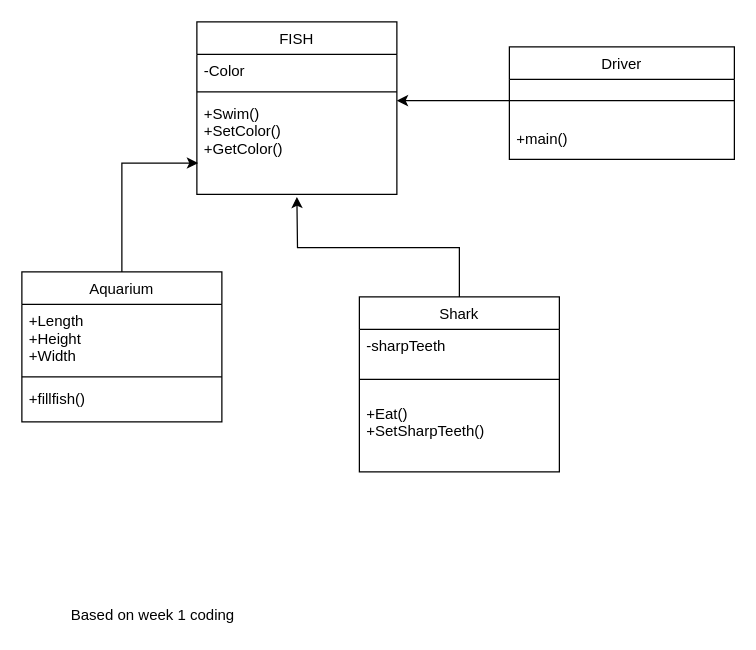
The draw.io diagram Exercise1ClassDiagram.drawio in TanCheeHon/Week2ClassDiagram, before the edit. Source tidied: cells renumbered, new cells numbered last; positions are measured from the earlier drawing's top-left corner, leaving out a move shared by most shapes. Both pictures are drawn from the tidied source at 125%, with x=0, y=0 at pixel (21, 21).
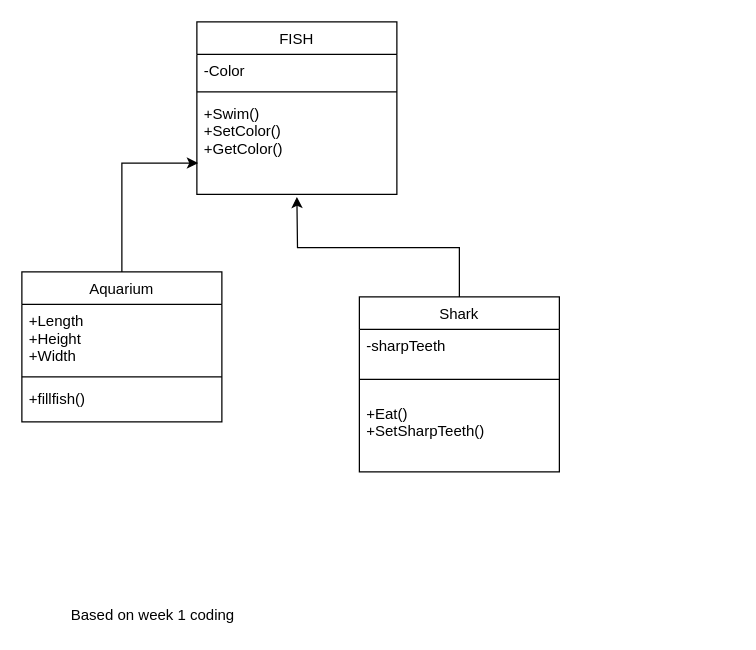
Above is the later version.

The change refers to these unchanged cells:
```xml
<mxCell id="5" value="+Swim()&#10;+SetColor()&#10;+GetColor()" style="text;align=left;verticalAlign=top;spacingLeft=4;spacingRight=4;overflow=hidden;points=[[0,0.5],[1,0.5]];portConstraint=eastwest;" parent="2" vertex="1">
  <mxGeometry y="60" width="160" height="60" as="geometry" />
</mxCell>
```

What changed in the source:
```diff
@@
-    <mxCell id="16" value="Driver" style="swimlane;fontStyle=0;align=center;verticalAlign=top;horizontal=1;startSize=26;rounded=0;shadow=0;strokeWidth=1;" parent="1" vertex="1">
-      <mxGeometry x="390" y="20" width="180" height="90" as="geometry" />
-    </mxCell>
-    <mxCell id="17" style="line;html=1;strokeWidth=1;align=left;verticalAlign=middle;spacingTop=-1;spacingLeft=3;spacingRight=3;labelPosition=right;points=[];portConstraint=eastwest;" parent="16" vertex="1">
-      <mxGeometry y="26" width="180" height="34" as="geometry" />
-    </mxCell>
-    <mxCell id="18" value="+main()" style="text;align=left;verticalAlign=top;spacingLeft=4;spacingRight=4;overflow=hidden;" parent="16" vertex="1">
-      <mxGeometry y="60" width="180" height="26" as="geometry" />
-    </mxCell>
-    <mxCell id="19" style="edgeStyle=orthogonalEdgeStyle;rounded=0;jettySize=auto;html=1;entryX=1;entryY=0.05;entryDx=0;entryDy=0;entryPerimeter=0;" parent="1" edge="1" source="17" target="5">
-      <mxGeometry relative="1" as="geometry" />
-    </mxCell>
```
